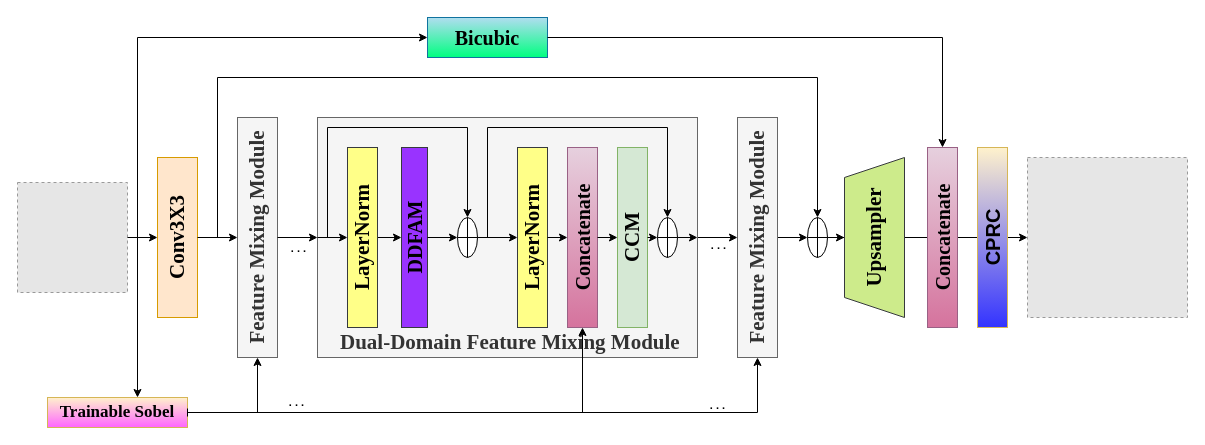
The draw.io diagram FFTSAFMN.drawio in gao131/nlp-beginner, before the edit. Source tidied: cells renumbered, new cells numbered last; positions are measured from the earlier drawing's top-left corner, leaving out a move shared by most shapes. Both pictures are drawn from the tidied source at 100%, with x=0, y=0 at pixel (17, 17). Pictures stored in the file or linked from it are replaced by grey dashed boxes.
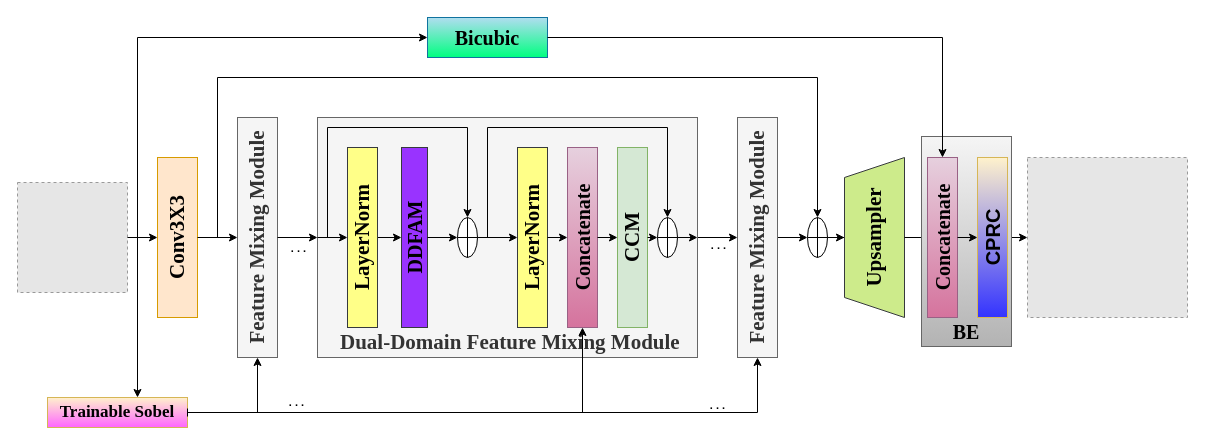
Above is the later version.

Unchanged cells that the change refers to:
```xml
<mxCell id="3" style="fillColor=#E6E6E6;strokeColor=#999999;dashed=1;verticalLabelPosition=bottom;verticalAlign=top;" parent="1" vertex="1">
  <mxGeometry x="1010" y="140" width="160" height="160" as="geometry" />
</mxCell>
<mxCell id="45" value="&lt;b&gt;&lt;font style=&quot;font-size: 21px;&quot;&gt;Upsampler&lt;/font&gt;&lt;/b&gt;" style="shape=trapezoid;perimeter=trapezoidPerimeter;whiteSpace=wrap;html=1;fixedSize=1;direction=north;horizontal=0;fillColor=#cdeb8b;strokeColor=#36393d;fontFamily=Times New Roman;" parent="1" vertex="1">
  <mxGeometry x="827" y="140" width="60" height="160" as="geometry" />
</mxCell>
```

Diff of the diagram source:
```diff
@@
-    <mxCell id="44" style="edgeStyle=orthogonalEdgeStyle;rounded=0;jettySize=auto;html=1;" parent="1" edge="1" source="45" target="3">
-      <mxGeometry relative="1" as="geometry" />
-    </mxCell>
@@
+    <mxCell id="44" style="edgeStyle=orthogonalEdgeStyle;rounded=0;jettySize=auto;html=1;" parent="1" edge="1" source="45" target="3">
+      <mxGeometry relative="1" as="geometry" />
+    </mxCell>
@@
+    <mxCell id="61" style="rounded=0;whiteSpace=wrap;html=1;fillColor=#f5f5f5;gradientColor=#b3b3b3;strokeColor=#666666;" parent="1" vertex="1">
+      <mxGeometry x="904" y="119" width="90" height="210" as="geometry" />
+    </mxCell>
@@
     <mxCell id="59" value="&lt;font size=&quot;1&quot; color=&quot;#000000&quot; style=&quot;&quot; face=&quot;Times New Roman&quot;&gt;&lt;b style=&quot;font-size: 20px;&quot;&gt;Concatenate&lt;/b&gt;&lt;/font&gt;" style="rounded=0;whiteSpace=wrap;html=1;horizontal=0;fillColor=#e6d0de;strokeColor=#996185;gradientColor=#d5739d;" parent="1" vertex="1">
-      <mxGeometry x="910" y="130" width="30" height="180" as="geometry" />
+      <mxGeometry x="910" y="140" width="30" height="160" as="geometry" />
     </mxCell>
     <mxCell id="60" value="&lt;font style=&quot;font-size: 20px;&quot;&gt;&lt;b&gt;CPRC&lt;/b&gt;&lt;/font&gt;" style="rounded=0;whiteSpace=wrap;html=1;horizontal=0;fillColor=#fff2cc;gradientColor=#3333FF;strokeColor=#d6b656;" parent="1" vertex="1">
-      <mxGeometry x="960" y="130" width="30" height="180" as="geometry" />
+      <mxGeometry x="960" y="140" width="30" height="160" as="geometry" />
     </mxCell>
+    <mxCell id="62" style="endArrow=classic;html=1;rounded=0;exitX=1;exitY=0.5;exitDx=0;exitDy=0;entryX=0;entryY=0.5;entryDx=0;entryDy=0;" parent="1" edge="1" source="59" target="60">
+      <mxGeometry relative="1" as="geometry" />
+    </mxCell>
+    <mxCell id="63" value="&lt;font style=&quot;font-size: 20px;&quot; face=&quot;Times New Roman&quot;&gt;&lt;b style=&quot;&quot;&gt;BE&lt;/b&gt;&lt;/font&gt;" style="text;html=1;align=center;verticalAlign=middle;whiteSpace=wrap;rounded=0;" parent="1" vertex="1">
+      <mxGeometry x="919" y="299" width="60" height="30" as="geometry" />
+    </mxCell>
```
